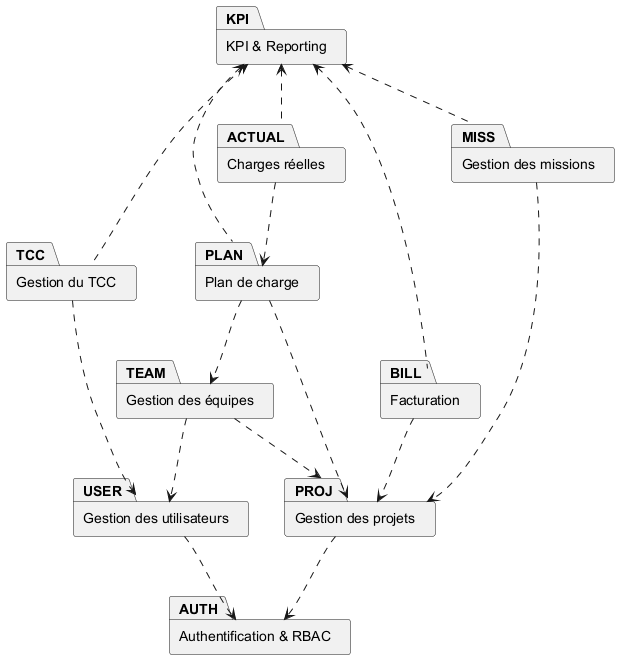
The PlantUML diagram docs/uml/package_diagram.png in mazenrakrouki/tekup-pms-platform, before a commit.
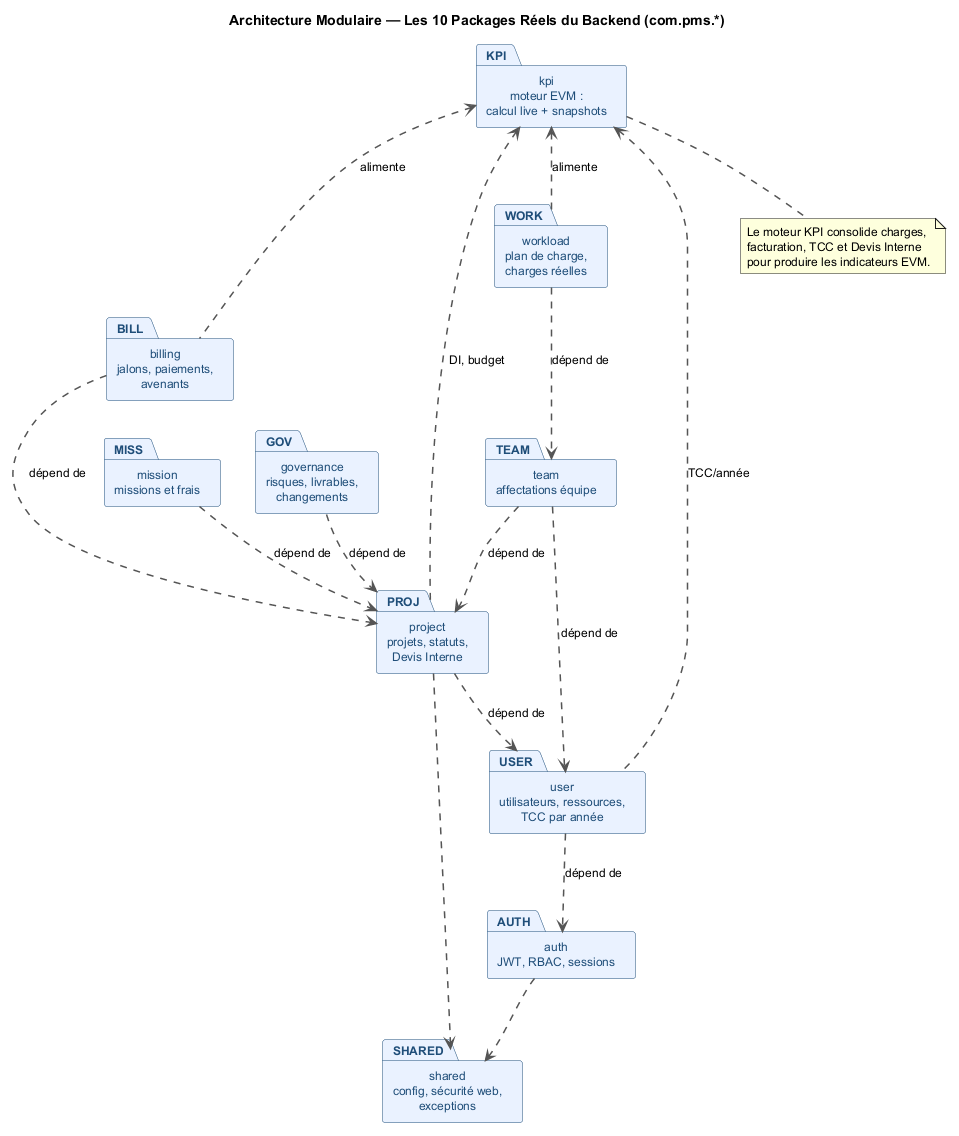
After the commit.

The edit, as a diff of the source:
```diff
@@ -1,32 +1,49 @@
 @startuml package_diagram
+title Architecture Modulaire — Les 10 Packages Réels du Backend (com.pms.*)
+
 skinparam shadowing false
 skinparam packageStyle rectangle
+skinparam packageBackgroundColor #EAF2FF
+skinparam packageBorderColor #1F4E79
+skinparam packageFontColor #1F4E79
+skinparam packageFontSize 13
+skinparam defaultFontName Helvetica
+skinparam defaultFontSize 12
+skinparam ArrowColor #555555
+skinparam ArrowThickness 1.5
 
-package "Authentification & RBAC" as AUTH
-package "Gestion des utilisateurs" as USER
-package "Gestion des projets" as PROJ
-package "Gestion des équipes" as TEAM
-package "Gestion du TCC" as TCC
-package "Plan de charge" as PLAN
-package "Charges réelles" as ACTUAL
-package "Facturation" as BILL
-package "Gestion des missions" as MISS
-package "KPI & Reporting" as KPI
+package "auth\nJWT, RBAC, sessions"                       as AUTH
+package "user\nutilisateurs, ressources,\nTCC par année"  as USER
+package "project\nprojets, statuts,\nDevis Interne"       as PROJ
+package "team\naffectations équipe"                       as TEAM
+package "workload\nplan de charge,\ncharges réelles"      as WORK
+package "billing\njalons, paiements,\navenants"           as BILL
+package "mission\nmissions et frais"                      as MISS
+package "governance\nrisques, livrables,\nchangements"    as GOV
+package "kpi\nmoteur EVM :\ncalcul live + snapshots"      as KPI
+package "shared\nconfig, sécurité web,\nexceptions"       as SHARED
 
-USER  ..> AUTH
-PROJ  ..> AUTH
-TEAM  ..> PROJ
-TEAM  ..> USER
-PLAN  ..> PROJ
-PLAN  ..> TEAM
-ACTUAL ..> PLAN
-BILL  ..> PROJ
-MISS  ..> PROJ
-TCC   ..> USER
+USER ..> AUTH : dépend de
+PROJ ..> USER : dépend de
+TEAM ..> PROJ : dépend de
+TEAM ..> USER : dépend de
+WORK ..> TEAM : dépend de
+BILL ..> PROJ : dépend de
+MISS ..> PROJ : dépend de
+GOV  ..> PROJ : dépend de
 
-KPI <.. PLAN
-KPI <.. ACTUAL
-KPI <.. BILL
-KPI <.. MISS
-KPI <.. TCC
+KPI <.. WORK : alimente
+KPI <.. BILL : alimente
+KPI <.. USER : TCC/année
+KPI <.. PROJ : DI, budget
+
+AUTH ..> SHARED
+PROJ ..> SHARED
+
+note bottom of KPI
+  Le moteur KPI consolide charges,
+  facturation, TCC et Devis Interne
+  pour produire les indicateurs EVM.
+end note
+
 @enduml
```
